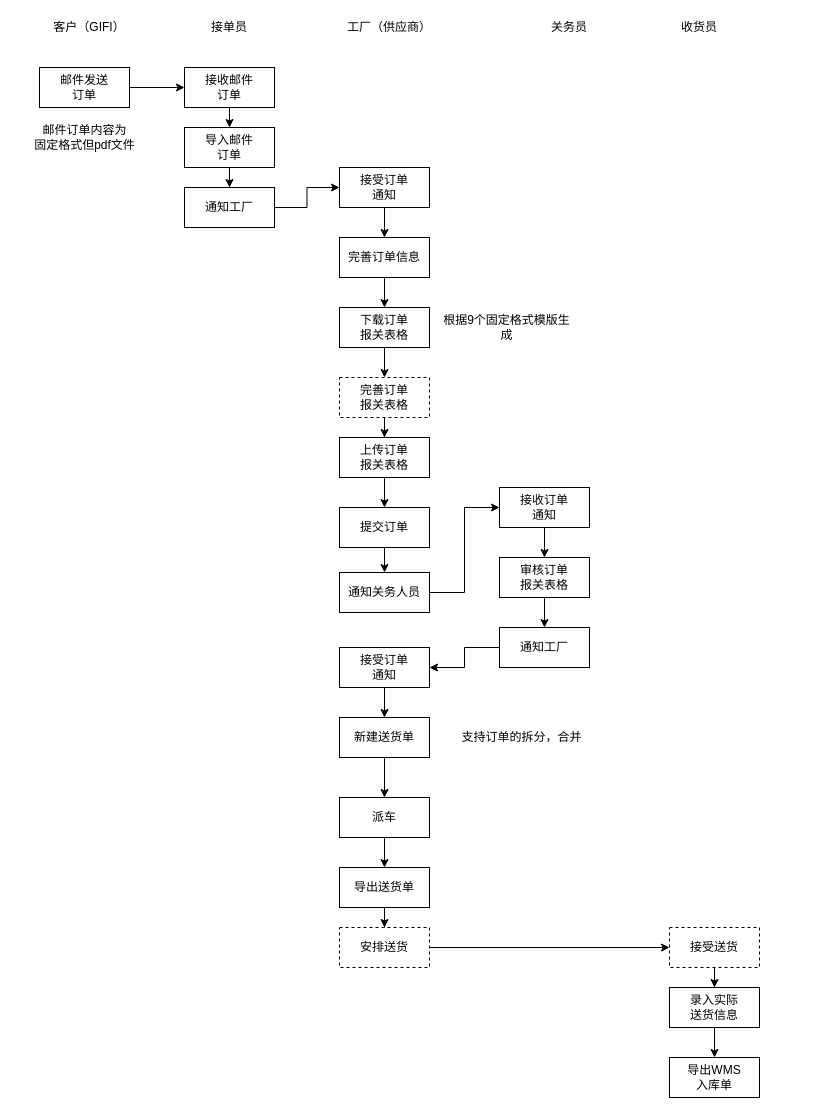
The draw.io diagram page "业务流程图" (1 of 4) of shrine-doc/进区预约系统.drawio in easefulfil/CLOUDCARE, before the edit. Source tidied: cells renumbered, new cells numbered last; positions are measured from the earlier drawing's top-left corner, leaving out a move shared by most shapes. Both pictures are drawn from the tidied source at 100%, with x=0, y=0 at pixel (17, 17).
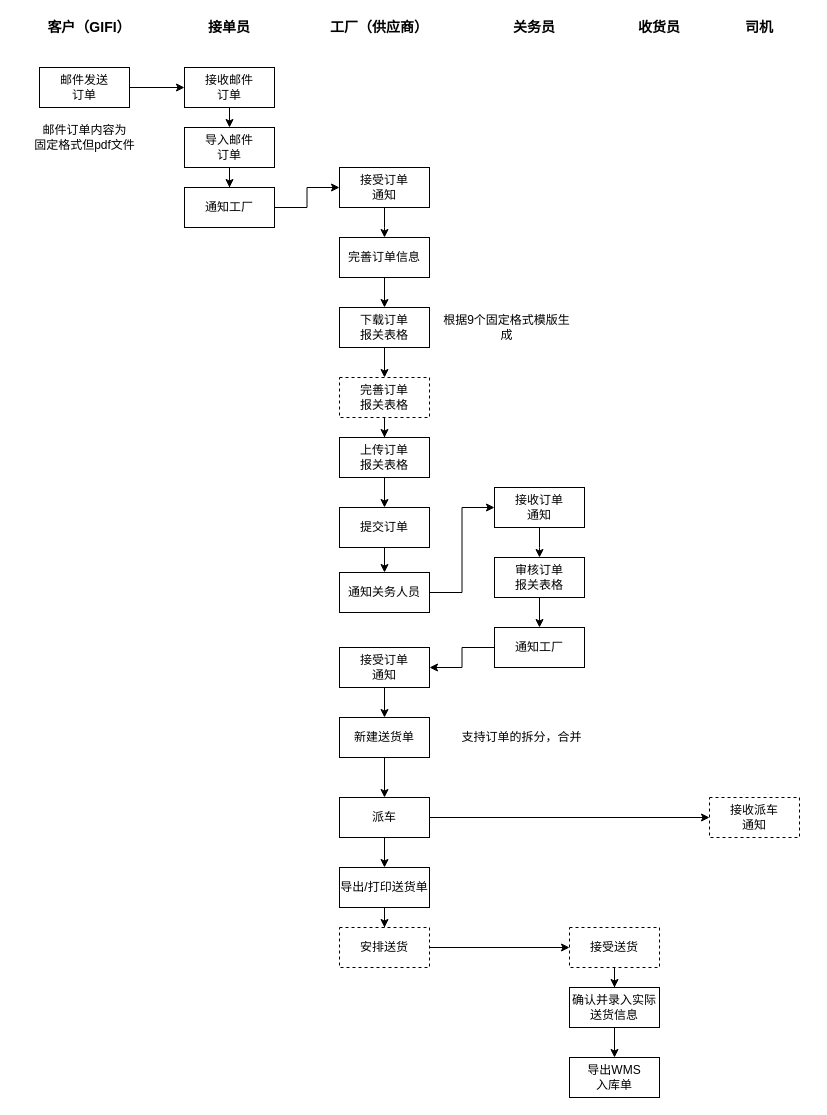
After the change.

Unchanged cells that the change refers to:
```xml
<mxCell id="39" value="派车" style="rounded=0;whiteSpace=wrap;html=1;" parent="1" vertex="1">
  <mxGeometry x="322" y="780" width="90" height="40" as="geometry" />
</mxCell>
```

Change to the diagram source:
```diff
@@
-    <mxCell id="2" value="客户（GIFI）" style="text;html=1;strokeColor=none;fillColor=none;align=center;verticalAlign=middle;whiteSpace=wrap;rounded=0;" parent="1" vertex="1">
+    <mxCell id="2" value="客户（GIFI）" style="text;html=1;strokeColor=none;fillColor=none;align=center;verticalAlign=middle;whiteSpace=wrap;rounded=0;fontSize=14;fontStyle=1;" parent="1" vertex="1">
       <mxGeometry x="22" width="100" height="20" as="geometry" />
     </mxCell>
-    <mxCell id="3" value="接单员" style="text;html=1;strokeColor=none;fillColor=none;align=center;verticalAlign=middle;whiteSpace=wrap;rounded=0;" parent="1" vertex="1">
+    <mxCell id="3" value="接单员" style="text;html=1;strokeColor=none;fillColor=none;align=center;verticalAlign=middle;whiteSpace=wrap;rounded=0;fontSize=14;fontStyle=1;" parent="1" vertex="1">
       <mxGeometry x="162" width="100" height="20" as="geometry" />
     </mxCell>
-    <mxCell id="4" value="工厂（供应商）" style="text;html=1;strokeColor=none;fillColor=none;align=center;verticalAlign=middle;whiteSpace=wrap;rounded=0;" parent="1" vertex="1">
-      <mxGeometry x="322" width="100" height="20" as="geometry" />
+    <mxCell id="4" value="工厂（供应商）" style="text;html=1;strokeColor=none;fillColor=none;align=center;verticalAlign=middle;whiteSpace=wrap;rounded=0;fontSize=14;fontStyle=1;" parent="1" vertex="1">
+      <mxGeometry x="312" width="100" height="20" as="geometry" />
     </mxCell>
-    <mxCell id="5" value="关务员" style="text;html=1;strokeColor=none;fillColor=none;align=center;verticalAlign=middle;whiteSpace=wrap;rounded=0;" parent="1" vertex="1">
-      <mxGeometry x="502" width="100" height="20" as="geometry" />
+    <mxCell id="5" value="关务员" style="text;html=1;strokeColor=none;fillColor=none;align=center;verticalAlign=middle;whiteSpace=wrap;rounded=0;fontSize=14;fontStyle=1;" parent="1" vertex="1">
+      <mxGeometry x="467" width="100" height="20" as="geometry" />
     </mxCell>
@@
     <mxCell id="28" style="edgeStyle=orthogonalEdgeStyle;rounded=0;jettySize=auto;html=1;" parent="1" edge="1" source="29">
       <mxGeometry relative="1" as="geometry">
-        <mxPoint x="527" y="540" as="targetPoint" />
+        <mxPoint x="522" y="540" as="targetPoint" />
       </mxGeometry>
     </mxCell>
     <mxCell id="29" value="接收订单&lt;br&gt;通知" style="rounded=0;whiteSpace=wrap;html=1;" parent="1" vertex="1">
-      <mxGeometry x="482" y="470" width="90" height="40" as="geometry" />
+      <mxGeometry x="477" y="470" width="90" height="40" as="geometry" />
     </mxCell>
@@
     <mxCell id="31" value="审核订单&lt;br&gt;报关表格" style="rounded=0;whiteSpace=wrap;html=1;" parent="1" vertex="1">
-      <mxGeometry x="482" y="540" width="90" height="40" as="geometry" />
+      <mxGeometry x="477" y="540" width="90" height="40" as="geometry" />
     </mxCell>
@@
     <mxCell id="33" value="通知工厂" style="rounded=0;whiteSpace=wrap;html=1;" parent="1" vertex="1">
-      <mxGeometry x="482" y="610" width="90" height="40" as="geometry" />
+      <mxGeometry x="477" y="610" width="90" height="40" as="geometry" />
     </mxCell>
@@
+    <mxCell id="53" style="edgeStyle=orthogonalEdgeStyle;rounded=0;jettySize=auto;html=1;entryX=0;entryY=0.5;entryDx=0;entryDy=0;fontSize=14;" parent="1" edge="1" source="39" target="55">
+      <mxGeometry relative="1" as="geometry" />
+    </mxCell>
@@
-    <mxCell id="41" value="导出送货单" style="rounded=0;whiteSpace=wrap;html=1;" parent="1" vertex="1">
+    <mxCell id="41" value="导出/打印送货单" style="rounded=0;whiteSpace=wrap;html=1;" parent="1" vertex="1">
       <mxGeometry x="322" y="850" width="90" height="40" as="geometry" />
     </mxCell>
-    <mxCell id="42" value="收货员" style="text;html=1;strokeColor=none;fillColor=none;align=center;verticalAlign=middle;whiteSpace=wrap;rounded=0;" parent="1" vertex="1">
-      <mxGeometry x="632" width="100" height="20" as="geometry" />
+    <mxCell id="42" value="收货员" style="text;html=1;strokeColor=none;fillColor=none;align=center;verticalAlign=middle;whiteSpace=wrap;rounded=0;fontSize=14;fontStyle=1;" parent="1" vertex="1">
+      <mxGeometry x="592" width="100" height="20" as="geometry" />
     </mxCell>
@@
     <mxCell id="46" value="接受送货" style="rounded=0;whiteSpace=wrap;html=1;dashed=1;" parent="1" vertex="1">
-      <mxGeometry x="652" y="910" width="90" height="40" as="geometry" />
+      <mxGeometry x="552" y="910" width="90" height="40" as="geometry" />
     </mxCell>
@@
-    <mxCell id="48" value="录入实际&lt;br&gt;送货信息" style="rounded=0;whiteSpace=wrap;html=1;" parent="1" vertex="1">
-      <mxGeometry x="652" y="970" width="90" height="40" as="geometry" />
+    <mxCell id="48" value="确认并录入实际&lt;br&gt;送货信息" style="rounded=0;whiteSpace=wrap;html=1;" parent="1" vertex="1">
+      <mxGeometry x="552" y="970" width="90" height="40" as="geometry" />
     </mxCell>
     <mxCell id="49" value="导出WMS&lt;br&gt;入库单" style="rounded=0;whiteSpace=wrap;html=1;" parent="1" vertex="1">
-      <mxGeometry x="652" y="1040" width="90" height="40" as="geometry" />
+      <mxGeometry x="552" y="1040" width="90" height="40" as="geometry" />
     </mxCell>
@@
+    <mxCell id="54" value="司机" style="text;html=1;strokeColor=none;fillColor=none;align=center;verticalAlign=middle;whiteSpace=wrap;rounded=0;fontSize=14;fontStyle=1;" parent="1" vertex="1">
+      <mxGeometry x="692" width="100" height="20" as="geometry" />
+    </mxCell>
+    <mxCell id="55" value="接收派车&lt;br&gt;通知" style="rounded=0;whiteSpace=wrap;html=1;dashed=1;" parent="1" vertex="1">
+      <mxGeometry x="692" y="780" width="90" height="40" as="geometry" />
+    </mxCell>
```
